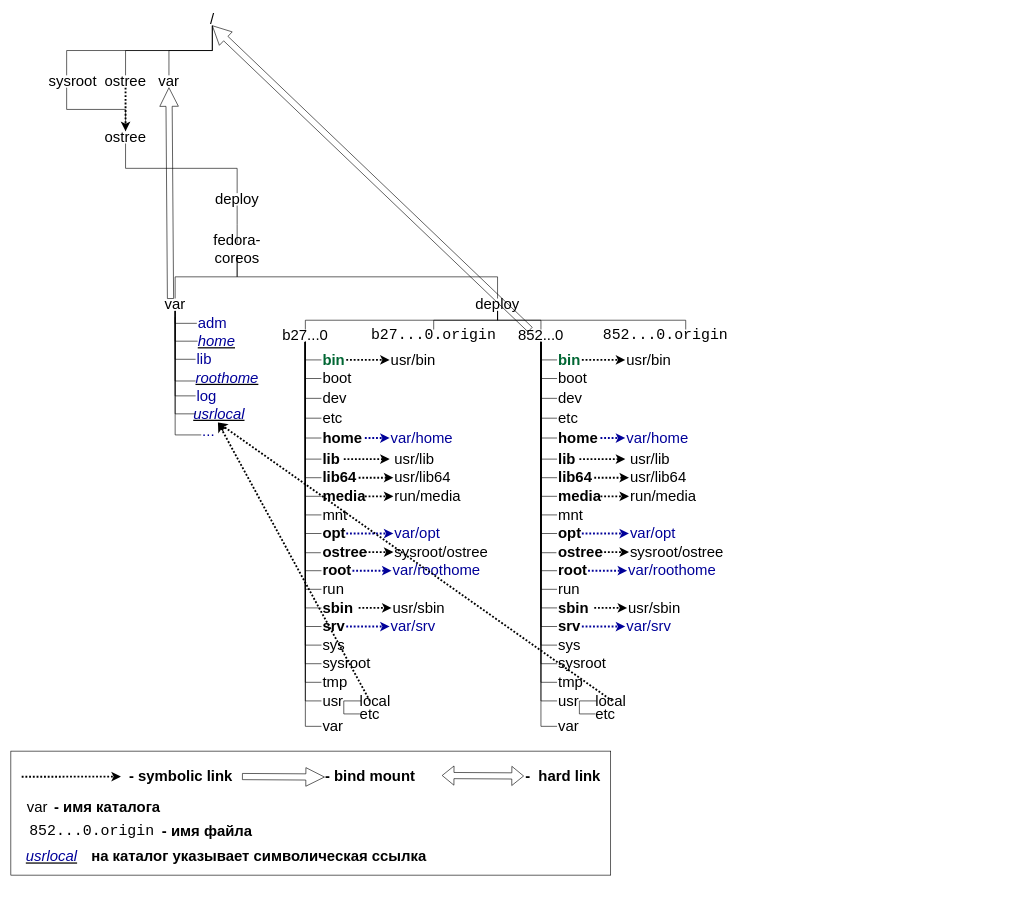
Before: Fedora-CoreOs/ostree/Images/stateroot.drawio in kafnevod/ALT-CoreOs, a draw.io diagram. Source tidied: cells renumbered, new cells numbered last; positions are measured from the earlier drawing's top-left corner, leaving out a move shared by most shapes. Both pictures are drawn from the tidied source at 62%, with x=0, y=0 at pixel (11, 13).
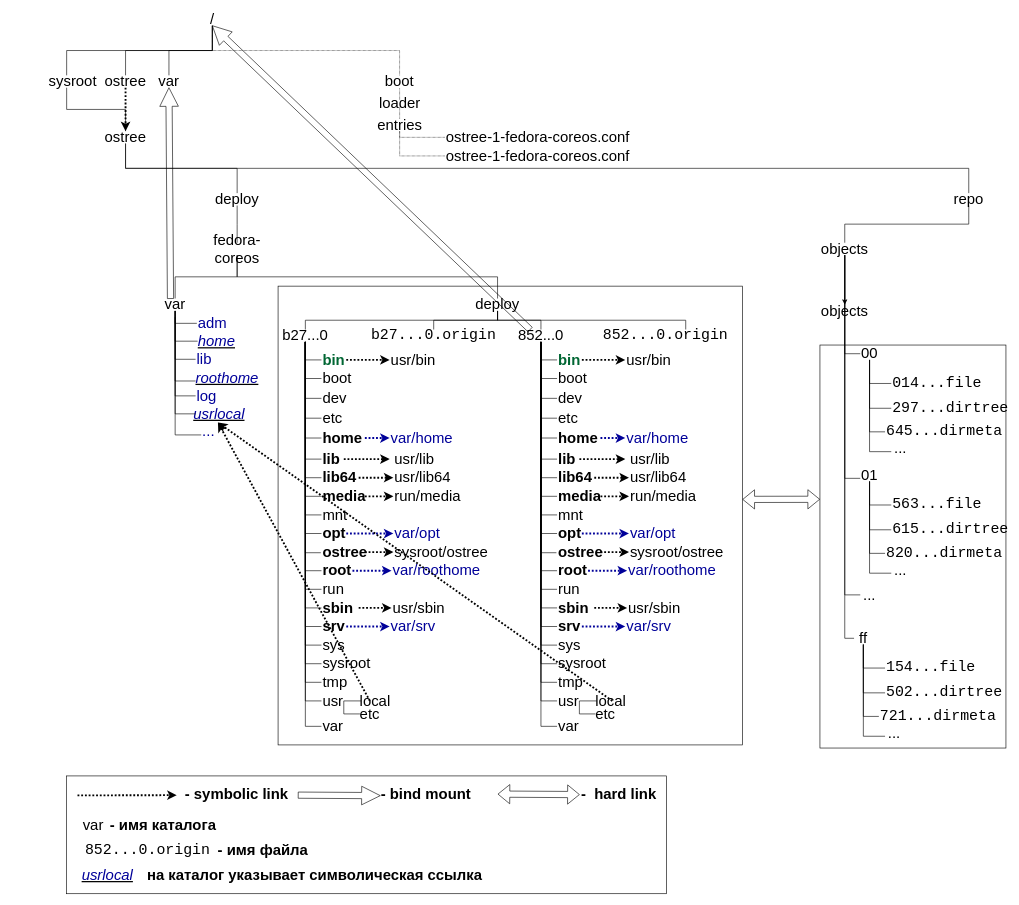
Above is the later version.

The change refers to these unchanged cells:
```xml
<mxCell id="7" value="&lt;font style=&quot;font-size: 24px&quot;&gt;/&lt;/font&gt;" style="text;html=1;strokeColor=none;fillColor=none;align=center;verticalAlign=middle;whiteSpace=wrap;rounded=0;" parent="1" vertex="1">
  <mxGeometry x="280" width="90" height="20" as="geometry" />
</mxCell>
```

Change to the diagram source:
```diff
@@
     <mxCell id="165" style="endArrow=classic;html=1;shadow=0;dashed=1;dashPattern=1 1;strokeWidth=3;" parent="1" edge="1">
       <mxGeometry relative="1" as="geometry">
-        <mxPoint x="17.5" y="1231.4" as="sourcePoint" />
-        <mxPoint x="177.5" y="1231" as="targetPoint" />
+        <mxPoint x="107.5" y="1261.4" as="sourcePoint" />
+        <mxPoint x="267.5" y="1261" as="targetPoint" />
       </mxGeometry>
     </mxCell>
     <mxCell id="166" style="shape=flexArrow;endArrow=classic;startArrow=classic;html=1;shadow=0;strokeColor=#000000;strokeWidth=1;entryX=0.003;entryY=0.448;entryDx=0;entryDy=0;entryPerimeter=0;exitX=1.005;exitY=0.446;exitDx=0;exitDy=0;exitPerimeter=0;" parent="1" edge="1">
       <mxGeometry relative="1" as="geometry">
-        <mxPoint x="695.2" y="1229.3" as="sourcePoint" />
-        <mxPoint x="827.5" y="1230.1" as="targetPoint" />
+        <mxPoint x="785.2" y="1259.3" as="sourcePoint" />
+        <mxPoint x="917.5" y="1260.1" as="targetPoint" />
       </mxGeometry>
     </mxCell>
     <mxCell id="167" value="&lt;span style=&quot;font-size: 24px&quot;&gt;&lt;b&gt;- symbolic link&lt;/b&gt;&lt;/span&gt;" style="text;html=1;strokeColor=none;fillColor=none;align=left;verticalAlign=middle;whiteSpace=wrap;rounded=0;" parent="1" vertex="1">
-      <mxGeometry x="188.5" y="1220" width="169" height="20" as="geometry" />
+      <mxGeometry x="278.5" y="1250" width="169" height="20" as="geometry" />
     </mxCell>
     <mxCell id="168" value="&lt;font style=&quot;font-size: 24px&quot;&gt;&lt;b&gt;-&amp;nbsp; hard link&lt;/b&gt;&lt;/font&gt;" style="text;html=1;strokeColor=none;fillColor=none;align=left;verticalAlign=middle;whiteSpace=wrap;rounded=0;" parent="1" vertex="1">
-      <mxGeometry x="827.5" y="1220" width="140" height="20" as="geometry" />
+      <mxGeometry x="917.5" y="1250" width="140" height="20" as="geometry" />
     </mxCell>
     <mxCell id="169" value="&lt;font style=&quot;font-size: 24px&quot;&gt;var&lt;/font&gt;" style="text;html=1;strokeColor=none;fillColor=none;align=center;verticalAlign=middle;whiteSpace=wrap;rounded=0;" parent="1" vertex="1">
-      <mxGeometry x="27.5" y="1270" width="30" height="20" as="geometry" />
+      <mxGeometry x="117.5" y="1300" width="30" height="20" as="geometry" />
     </mxCell>
     <mxCell id="170" value="&lt;font style=&quot;font-size: 24px&quot;&gt;&lt;b&gt;- имя каталога&lt;/b&gt;&lt;/font&gt;" style="text;html=1;strokeColor=none;fillColor=none;align=left;verticalAlign=middle;whiteSpace=wrap;rounded=0;" parent="1" vertex="1">
-      <mxGeometry x="67.5" y="1270" width="210" height="20" as="geometry" />
+      <mxGeometry x="157.5" y="1300" width="210" height="20" as="geometry" />
     </mxCell>
     <mxCell id="171" value="&lt;span style=&quot;font-family: &amp;#34;courier new&amp;#34; ; font-size: 24px ; text-align: center&quot;&gt;852...0.origin&lt;/span&gt;" style="text;html=1;strokeColor=none;fillColor=none;align=left;verticalAlign=middle;whiteSpace=wrap;rounded=0;" parent="1" vertex="1">
-      <mxGeometry x="27.5" y="1310" width="230" height="20" as="geometry" />
+      <mxGeometry x="117.5" y="1340" width="230" height="20" as="geometry" />
     </mxCell>
     <mxCell id="172" value="&lt;font style=&quot;font-size: 24px&quot;&gt;&lt;b&gt;- имя файла&lt;/b&gt;&lt;/font&gt;" style="text;html=1;strokeColor=none;fillColor=none;align=left;verticalAlign=middle;whiteSpace=wrap;rounded=0;" parent="1" vertex="1">
-      <mxGeometry x="241.5" y="1310" width="210" height="20" as="geometry" />
+      <mxGeometry x="331.5" y="1340" width="210" height="20" as="geometry" />
     </mxCell>
     <mxCell id="173" value="&lt;span style=&quot;font-size: 24px&quot;&gt;&lt;u&gt;&lt;i&gt;&lt;font color=&quot;#000099&quot;&gt;usrlocal&lt;/font&gt;&lt;/i&gt;&lt;/u&gt;&lt;/span&gt;" style="text;html=1;strokeColor=none;fillColor=none;align=center;verticalAlign=middle;whiteSpace=wrap;rounded=0;" parent="1" vertex="1">
-      <mxGeometry x="27.5" y="1350" width="76" height="20" as="geometry" />
+      <mxGeometry x="117.5" y="1380" width="76" height="20" as="geometry" />
     </mxCell>
     <mxCell id="174" value="&lt;span style=&quot;font-size: 24px&quot;&gt;&lt;b&gt;на каталог указывает символическая ссылка&lt;/b&gt;&lt;/span&gt;" style="text;html=1;strokeColor=none;fillColor=none;align=left;verticalAlign=middle;whiteSpace=wrap;rounded=0;" parent="1" vertex="1">
-      <mxGeometry x="127.5" y="1350" width="630" height="20" as="geometry" />
+      <mxGeometry x="217.5" y="1380" width="630" height="20" as="geometry" />
     </mxCell>
     <mxCell id="175" style="rounded=0;whiteSpace=wrap;html=1;strokeWidth=1;fillColor=none;" parent="1" vertex="1">
-      <mxGeometry y="1190" width="967.5" height="200" as="geometry" />
+      <mxGeometry x="90" y="1230" width="967.5" height="190" as="geometry" />
     </mxCell>
     <mxCell id="176" style="shape=arrow;endArrow=classic;startArrow=classic;html=1;shadow=0;strokeColor=#000000;strokeWidth=1;entryX=0.003;entryY=0.448;entryDx=0;entryDy=0;entryPerimeter=0;exitX=1.005;exitY=0.446;exitDx=0;exitDy=0;exitPerimeter=0;" parent="1" edge="1">
       <mxGeometry relative="1" as="geometry">
-        <mxPoint x="373.5" y="1231" as="sourcePoint" />
-        <mxPoint x="505.8" y="1231.8" as="targetPoint" />
+        <mxPoint x="463.5" y="1261" as="sourcePoint" />
+        <mxPoint x="595.8" y="1261.8" as="targetPoint" />
       </mxGeometry>
     </mxCell>
     <mxCell id="177" value="&lt;font style=&quot;font-size: 24px&quot;&gt;&lt;b&gt;- bind mount&lt;/b&gt;&lt;/font&gt;" style="text;html=1;strokeColor=none;fillColor=none;align=left;verticalAlign=middle;whiteSpace=wrap;rounded=0;" parent="1" vertex="1">
-      <mxGeometry x="504.5" y="1220" width="159" height="20" as="geometry" />
+      <mxGeometry x="594.5" y="1250" width="159" height="20" as="geometry" />
     </mxCell>
@@
+    <mxCell id="188" value="&lt;font style=&quot;font-size: 24px&quot;&gt;repo&lt;/font&gt;" style="text;html=1;strokeColor=none;fillColor=none;align=center;verticalAlign=middle;whiteSpace=wrap;rounded=0;" parent="1" vertex="1">
+      <mxGeometry x="1500" y="290" width="90" height="20" as="geometry" />
+    </mxCell>
+    <mxCell id="189" style="endArrow=none;html=1;entryX=0.5;entryY=1;entryDx=0;entryDy=0;exitX=0.5;exitY=0;exitDx=0;exitDy=0;edgeStyle=elbowEdgeStyle;elbow=vertical;rounded=0;" parent="1" edge="1" source="188">
+      <mxGeometry relative="1" as="geometry">
+        <mxPoint x="185" y="210" as="targetPoint" />
+      </mxGeometry>
+    </mxCell>
+    <mxCell id="190" style="edgeStyle=orthogonalEdgeStyle;rounded=0;jettySize=auto;html=1;" parent="1" edge="1" source="191" target="226">
+      <mxGeometry relative="1" as="geometry" />
+    </mxCell>
+    <mxCell id="191" value="&lt;font style=&quot;font-size: 24px&quot;&gt;objects&lt;/font&gt;" style="text;html=1;strokeColor=none;fillColor=none;align=center;verticalAlign=middle;whiteSpace=wrap;rounded=0;" parent="1" vertex="1">
+      <mxGeometry x="1300" y="370" width="90" height="20" as="geometry" />
+    </mxCell>
+    <mxCell id="192" value="&lt;font style=&quot;font-size: 24px&quot;&gt;00&lt;/font&gt;" style="text;html=1;strokeColor=none;fillColor=none;align=center;verticalAlign=middle;whiteSpace=wrap;rounded=0;" parent="1" vertex="1">
+      <mxGeometry x="1370" y="539" width="30" height="20" as="geometry" />
+    </mxCell>
+    <mxCell id="193" value="&lt;font style=&quot;font-size: 24px&quot; face=&quot;Courier New&quot;&gt;014...file&lt;/font&gt;" style="text;html=1;strokeColor=none;fillColor=none;align=left;verticalAlign=middle;whiteSpace=wrap;rounded=0;" parent="1" vertex="1">
+      <mxGeometry x="1420" y="587" width="90" height="20" as="geometry" />
+    </mxCell>
+    <mxCell id="194" value="&lt;font style=&quot;font-size: 24px&quot; face=&quot;Courier New&quot;&gt;297...dirtree&lt;/font&gt;" style="text;html=1;strokeColor=none;fillColor=none;align=left;verticalAlign=middle;whiteSpace=wrap;rounded=0;" parent="1" vertex="1">
+      <mxGeometry x="1420" y="627" width="120" height="20" as="geometry" />
+    </mxCell>
+    <mxCell id="195" value="&lt;font style=&quot;font-size: 24px&quot; face=&quot;Courier New&quot;&gt;645...dirmeta&lt;/font&gt;" style="text;html=1;strokeColor=none;fillColor=none;align=left;verticalAlign=middle;whiteSpace=wrap;rounded=0;" parent="1" vertex="1">
+      <mxGeometry x="1410" y="665" width="150" height="20" as="geometry" />
+    </mxCell>
+    <mxCell id="196" value="&lt;span style=&quot;font-size: 24px&quot;&gt;...&lt;/span&gt;" style="text;html=1;strokeColor=none;fillColor=none;align=center;verticalAlign=middle;whiteSpace=wrap;rounded=0;" parent="1" vertex="1">
+      <mxGeometry x="1420" y="692" width="30" height="20" as="geometry" />
+    </mxCell>
+    <mxCell id="197" style="endArrow=none;html=1;shadow=0;strokeColor=#000000;strokeWidth=1;exitX=0;exitY=0.5;exitDx=0;exitDy=0;rounded=0;edgeStyle=orthogonalEdgeStyle;" parent="1" edge="1" source="193" target="192">
+      <mxGeometry relative="1" as="geometry" />
+    </mxCell>
+    <mxCell id="198" style="endArrow=none;html=1;shadow=0;strokeColor=#000000;strokeWidth=1;rounded=0;edgeStyle=orthogonalEdgeStyle;" parent="1" edge="1" target="192">
+      <mxGeometry relative="1" as="geometry">
+        <mxPoint x="1420" y="637" as="sourcePoint" />
+        <Array as="points">
+          <mxPoint x="1385" y="637" />
+        </Array>
+      </mxGeometry>
+    </mxCell>
+    <mxCell id="199" style="endArrow=none;html=1;shadow=0;strokeColor=#000000;strokeWidth=1;exitX=0;exitY=0.5;exitDx=0;exitDy=0;rounded=0;edgeStyle=orthogonalEdgeStyle;" parent="1" edge="1" source="195" target="192">
+      <mxGeometry relative="1" as="geometry" />
+    </mxCell>
+    <mxCell id="200" style="endArrow=none;html=1;shadow=0;strokeWidth=1;exitX=0;exitY=0.75;exitDx=0;exitDy=0;rounded=0;edgeStyle=orthogonalEdgeStyle;" parent="1" edge="1" source="196" target="192">
+      <mxGeometry relative="1" as="geometry" />
+    </mxCell>
+    <mxCell id="201" style="endArrow=none;html=1;strokeWidth=1;shadow=0;exitX=0;exitY=0.5;exitDx=0;exitDy=0;rounded=0;edgeStyle=orthogonalEdgeStyle;" parent="1" edge="1" source="192" target="191">
+      <mxGeometry relative="1" as="geometry" />
+    </mxCell>
+    <mxCell id="202" value="&lt;font style=&quot;font-size: 24px&quot;&gt;01&lt;/font&gt;" style="text;html=1;strokeColor=none;fillColor=none;align=center;verticalAlign=middle;whiteSpace=wrap;rounded=0;" parent="1" vertex="1">
+      <mxGeometry x="1370" y="735" width="30" height="20" as="geometry" />
+    </mxCell>
+    <mxCell id="203" value="&lt;font style=&quot;font-size: 24px&quot; face=&quot;Courier New&quot;&gt;563...file&lt;/font&gt;" style="text;html=1;strokeColor=none;fillColor=none;align=left;verticalAlign=middle;whiteSpace=wrap;rounded=0;" parent="1" vertex="1">
+      <mxGeometry x="1420" y="783" width="90" height="20" as="geometry" />
+    </mxCell>
+    <mxCell id="204" value="&lt;font style=&quot;font-size: 24px&quot; face=&quot;Courier New&quot;&gt;615...dirtree&lt;/font&gt;" style="text;html=1;strokeColor=none;fillColor=none;align=left;verticalAlign=middle;whiteSpace=wrap;rounded=0;" parent="1" vertex="1">
+      <mxGeometry x="1420" y="823" width="120" height="20" as="geometry" />
+    </mxCell>
+    <mxCell id="205" value="&lt;font style=&quot;font-size: 24px&quot; face=&quot;Courier New&quot;&gt;820...dirmeta&lt;/font&gt;" style="text;html=1;strokeColor=none;fillColor=none;align=left;verticalAlign=middle;whiteSpace=wrap;rounded=0;" parent="1" vertex="1">
+      <mxGeometry x="1410" y="861" width="150" height="20" as="geometry" />
+    </mxCell>
+    <mxCell id="206" value="&lt;span style=&quot;font-size: 24px&quot;&gt;...&lt;/span&gt;" style="text;html=1;strokeColor=none;fillColor=none;align=center;verticalAlign=middle;whiteSpace=wrap;rounded=0;" parent="1" vertex="1">
+      <mxGeometry x="1420" y="888" width="30" height="20" as="geometry" />
+    </mxCell>
+    <mxCell id="207" style="endArrow=none;html=1;shadow=0;strokeColor=#000000;strokeWidth=1;exitX=0;exitY=0.5;exitDx=0;exitDy=0;rounded=0;edgeStyle=orthogonalEdgeStyle;" parent="1" edge="1" source="203" target="202">
+      <mxGeometry relative="1" as="geometry" />
+    </mxCell>
+    <mxCell id="208" style="endArrow=none;html=1;shadow=0;strokeColor=#000000;strokeWidth=1;rounded=0;edgeStyle=orthogonalEdgeStyle;" parent="1" edge="1" target="202">
+      <mxGeometry relative="1" as="geometry">
+        <mxPoint x="1420" y="833" as="sourcePoint" />
+        <Array as="points">
+          <mxPoint x="1385" y="833" />
+        </Array>
+      </mxGeometry>
+    </mxCell>
+    <mxCell id="209" style="endArrow=none;html=1;shadow=0;strokeColor=#000000;strokeWidth=1;exitX=0;exitY=0.5;exitDx=0;exitDy=0;rounded=0;edgeStyle=orthogonalEdgeStyle;" parent="1" edge="1" source="205" target="202">
+      <mxGeometry relative="1" as="geometry" />
+    </mxCell>
+    <mxCell id="210" style="endArrow=none;html=1;shadow=0;strokeWidth=1;exitX=0;exitY=0.75;exitDx=0;exitDy=0;rounded=0;edgeStyle=orthogonalEdgeStyle;" parent="1" edge="1" source="206" target="202">
+      <mxGeometry relative="1" as="geometry" />
+    </mxCell>
+    <mxCell id="211" value="&lt;font style=&quot;font-size: 24px&quot;&gt;ff&lt;/font&gt;" style="text;html=1;strokeColor=none;fillColor=none;align=center;verticalAlign=middle;whiteSpace=wrap;rounded=0;" parent="1" vertex="1">
+      <mxGeometry x="1360" y="998" width="30" height="20" as="geometry" />
+    </mxCell>
+    <mxCell id="212" value="&lt;font style=&quot;font-size: 24px&quot; face=&quot;Courier New&quot;&gt;154...file&lt;/font&gt;" style="text;html=1;strokeColor=none;fillColor=none;align=left;verticalAlign=middle;whiteSpace=wrap;rounded=0;" parent="1" vertex="1">
+      <mxGeometry x="1410" y="1046" width="90" height="20" as="geometry" />
+    </mxCell>
+    <mxCell id="213" value="&lt;font style=&quot;font-size: 24px&quot; face=&quot;Courier New&quot;&gt;502...dirtree&lt;/font&gt;" style="text;html=1;strokeColor=none;fillColor=none;align=left;verticalAlign=middle;whiteSpace=wrap;rounded=0;" parent="1" vertex="1">
+      <mxGeometry x="1410" y="1086" width="120" height="20" as="geometry" />
+    </mxCell>
+    <mxCell id="214" value="&lt;font style=&quot;font-size: 24px&quot; face=&quot;Courier New&quot;&gt;721...dirmeta&lt;/font&gt;" style="text;html=1;strokeColor=none;fillColor=none;align=left;verticalAlign=middle;whiteSpace=wrap;rounded=0;" parent="1" vertex="1">
+      <mxGeometry x="1400" y="1124" width="150" height="20" as="geometry" />
+    </mxCell>
+    <mxCell id="215" value="&lt;span style=&quot;font-size: 24px&quot;&gt;...&lt;/span&gt;" style="text;html=1;strokeColor=none;fillColor=none;align=center;verticalAlign=middle;whiteSpace=wrap;rounded=0;" parent="1" vertex="1">
+      <mxGeometry x="1410" y="1151" width="30" height="20" as="geometry" />
+    </mxCell>
+    <mxCell id="216" style="endArrow=none;html=1;shadow=0;strokeColor=#000000;strokeWidth=1;exitX=0;exitY=0.5;exitDx=0;exitDy=0;rounded=0;edgeStyle=orthogonalEdgeStyle;" parent="1" edge="1" source="212" target="211">
+      <mxGeometry relative="1" as="geometry" />
+    </mxCell>
+    <mxCell id="217" style="endArrow=none;html=1;shadow=0;strokeColor=#000000;strokeWidth=1;rounded=0;edgeStyle=orthogonalEdgeStyle;" parent="1" edge="1" target="211">
+      <mxGeometry relative="1" as="geometry">
+        <mxPoint x="1410" y="1096" as="sourcePoint" />
+        <Array as="points">
+          <mxPoint x="1375" y="1096" />
+        </Array>
+      </mxGeometry>
+    </mxCell>
+    <mxCell id="218" style="endArrow=none;html=1;shadow=0;strokeColor=#000000;strokeWidth=1;exitX=0;exitY=0.5;exitDx=0;exitDy=0;rounded=0;edgeStyle=orthogonalEdgeStyle;" parent="1" edge="1" source="214" target="211">
+      <mxGeometry relative="1" as="geometry" />
+    </mxCell>
+    <mxCell id="219" style="endArrow=none;html=1;shadow=0;strokeWidth=1;exitX=0;exitY=0.75;exitDx=0;exitDy=0;rounded=0;edgeStyle=orthogonalEdgeStyle;" parent="1" edge="1" source="215" target="211">
+      <mxGeometry relative="1" as="geometry" />
+    </mxCell>
+    <mxCell id="220" value="&lt;span style=&quot;font-size: 24px&quot;&gt;...&lt;/span&gt;" style="text;html=1;strokeColor=none;fillColor=none;align=center;verticalAlign=middle;whiteSpace=wrap;rounded=0;" parent="1" vertex="1">
+      <mxGeometry x="1370" y="928" width="30" height="20" as="geometry" />
+    </mxCell>
+    <mxCell id="221" style="endArrow=none;html=1;shadow=0;strokeColor=#000000;strokeWidth=1;exitX=0;exitY=0.75;exitDx=0;exitDy=0;rounded=0;edgeStyle=orthogonalEdgeStyle;" parent="1" edge="1" source="202" target="191">
+      <mxGeometry relative="1" as="geometry" />
+    </mxCell>
+    <mxCell id="222" style="endArrow=none;html=1;shadow=0;strokeColor=#000000;strokeWidth=1;exitX=0;exitY=0.5;exitDx=0;exitDy=0;rounded=0;edgeStyle=orthogonalEdgeStyle;" parent="1" edge="1" source="220" target="191">
+      <mxGeometry relative="1" as="geometry" />
+    </mxCell>
+    <mxCell id="223" style="endArrow=none;html=1;shadow=0;strokeColor=#000000;strokeWidth=1;exitX=0;exitY=0.5;exitDx=0;exitDy=0;edgeStyle=orthogonalEdgeStyle;rounded=0;" parent="1" edge="1" source="211" target="191">
+      <mxGeometry relative="1" as="geometry" />
+    </mxCell>
+    <mxCell id="224" style="rounded=0;whiteSpace=wrap;html=1;strokeWidth=1;fillColor=none;" parent="1" vertex="1">
+      <mxGeometry x="1305" y="535" width="300" height="650" as="geometry" />
+    </mxCell>
+    <mxCell id="225" style="endArrow=none;html=1;shadow=0;strokeColor=#000000;strokeWidth=1;rounded=0;exitX=0.5;exitY=0;exitDx=0;exitDy=0;edgeStyle=orthogonalEdgeStyle;" parent="1" edge="1" source="191" target="188">
+      <mxGeometry relative="1" as="geometry" />
+    </mxCell>
+    <mxCell id="226" value="&lt;font style=&quot;font-size: 24px&quot;&gt;objects&lt;/font&gt;" style="text;html=1;strokeColor=none;fillColor=none;align=center;verticalAlign=middle;whiteSpace=wrap;rounded=0;" parent="1" vertex="1">
+      <mxGeometry x="1300" y="470" width="90" height="20" as="geometry" />
+    </mxCell>
+    <mxCell id="227" style="rounded=0;whiteSpace=wrap;html=1;fillColor=none;" parent="1" vertex="1">
+      <mxGeometry x="431" y="440" width="749" height="740" as="geometry" />
+    </mxCell>
+    <mxCell id="228" style="shape=flexArrow;endArrow=classic;startArrow=classic;html=1;shadow=0;strokeColor=#000000;strokeWidth=1;entryX=0.003;entryY=0.448;entryDx=0;entryDy=0;entryPerimeter=0;" parent="1" edge="1">
+      <mxGeometry relative="1" as="geometry">
+        <mxPoint x="1180" y="784" as="sourcePoint" />
+        <mxPoint x="1305" y="783.8" as="targetPoint" />
+      </mxGeometry>
+    </mxCell>
+    <mxCell id="229" value="&lt;span style=&quot;font-size: 24px&quot;&gt;boot&lt;/span&gt;" style="text;html=1;strokeColor=none;fillColor=none;align=center;verticalAlign=middle;whiteSpace=wrap;rounded=0;strokeWidth=124;" parent="1" vertex="1">
+      <mxGeometry x="607" y="100" width="40" height="20" as="geometry" />
+    </mxCell>
+    <mxCell id="230" value="&lt;span style=&quot;font-size: 24px&quot;&gt;loader&lt;/span&gt;" style="text;html=1;strokeColor=none;fillColor=none;align=center;verticalAlign=middle;whiteSpace=wrap;rounded=0;strokeWidth=124;" parent="1" vertex="1">
+      <mxGeometry x="583.8" y="140" width="86.5" height="10" as="geometry" />
+    </mxCell>
+    <mxCell id="231" value="&lt;span style=&quot;font-size: 24px&quot;&gt;entries&lt;/span&gt;" style="text;html=1;strokeColor=none;fillColor=none;align=center;verticalAlign=middle;whiteSpace=wrap;rounded=0;strokeWidth=124;" parent="1" vertex="1">
+      <mxGeometry x="583.8" y="170" width="86.5" height="20" as="geometry" />
+    </mxCell>
+    <mxCell id="232" value="&lt;span style=&quot;font-size: 24px&quot;&gt;ostree-1-fedora-coreos.conf&lt;/span&gt;" style="text;html=1;strokeColor=none;fillColor=none;align=left;verticalAlign=middle;whiteSpace=wrap;rounded=0;strokeWidth=124;" parent="1" vertex="1">
+      <mxGeometry x="700" y="190" width="310" height="20" as="geometry" />
+    </mxCell>
+    <mxCell id="233" style="endArrow=none;html=1;dashed=1;dashPattern=1 1;entryX=0.5;entryY=1;entryDx=0;entryDy=0;exitX=0.5;exitY=0;exitDx=0;exitDy=0;edgeStyle=orthogonalEdgeStyle;rounded=0;" parent="1" edge="1" source="229" target="7">
+      <mxGeometry relative="1" as="geometry" />
+    </mxCell>
+    <mxCell id="234" value="&lt;span style=&quot;font-size: 24px&quot;&gt;ostree-1-fedora-coreos.conf&lt;/span&gt;" style="text;html=1;strokeColor=none;fillColor=none;align=left;verticalAlign=middle;whiteSpace=wrap;rounded=0;strokeWidth=124;" parent="1" vertex="1">
+      <mxGeometry x="700" y="220" width="310" height="20" as="geometry" />
+    </mxCell>
+    <mxCell id="235" style="endArrow=none;html=1;dashed=1;dashPattern=1 1;entryX=0.5;entryY=1;entryDx=0;entryDy=0;exitX=0.5;exitY=0;exitDx=0;exitDy=0;" parent="1" edge="1" source="230" target="229">
+      <mxGeometry relative="1" as="geometry" />
+    </mxCell>
+    <mxCell id="236" style="endArrow=none;html=1;dashed=1;dashPattern=1 1;entryX=0.5;entryY=1;entryDx=0;entryDy=0;exitX=0.5;exitY=0;exitDx=0;exitDy=0;" parent="1" edge="1" source="231" target="230">
+      <mxGeometry relative="1" as="geometry" />
+    </mxCell>
+    <mxCell id="237" style="endArrow=none;html=1;dashed=1;dashPattern=1 1;entryX=0.5;entryY=1;entryDx=0;entryDy=0;exitX=0;exitY=0.5;exitDx=0;exitDy=0;edgeStyle=orthogonalEdgeStyle;rounded=0;" parent="1" edge="1" source="232" target="231">
+      <mxGeometry relative="1" as="geometry" />
+    </mxCell>
+    <mxCell id="238" style="endArrow=none;html=1;dashed=1;dashPattern=1 1;entryX=0.5;entryY=1;entryDx=0;entryDy=0;exitX=0;exitY=0.5;exitDx=0;exitDy=0;edgeStyle=orthogonalEdgeStyle;rounded=0;" parent="1" edge="1" source="234" target="231">
+      <mxGeometry relative="1" as="geometry" />
+    </mxCell>
```
